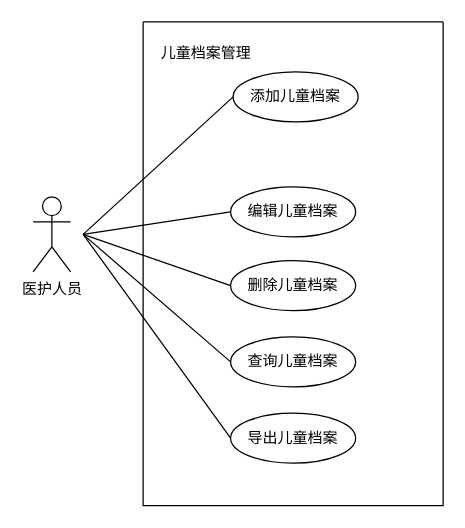
Before: 儿童档案管理用例图.drawio in 1940403482/1940403482.GitHub.io, a draw.io diagram. Source tidied: cells renumbered, new cells numbered last; positions are measured from the earlier drawing's top-left corner, leaving out a move shared by most shapes. Both pictures are drawn from the tidied source at 125%, with x=0, y=0 at pixel (32, 21).
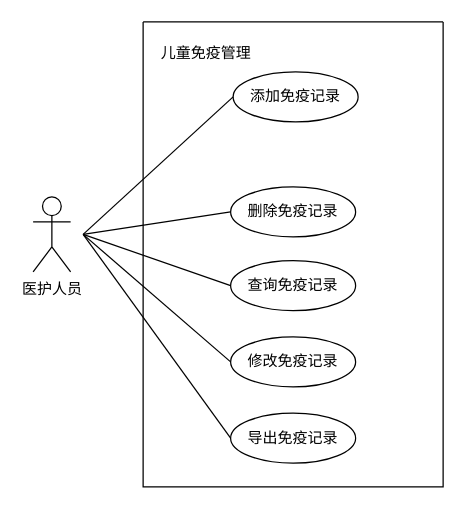
The same page after the edit.

Commit message:
更新儿童档案管理用例图.drawio

The edit, as a diff of the source:
```diff
@@
 <mxGraphModel>
   <root>
     <mxCell id="0" />
     <mxCell id="1" parent="0" />
     <mxCell id="2" value="医护人员" style="shape=umlActor;verticalLabelPosition=bottom;verticalAlign=top;html=1;" parent="1" vertex="1">
       <mxGeometry y="140" width="30" height="60" as="geometry" />
     </mxCell>
-    <mxCell id="3" value="添加儿童档案" style="ellipse;whiteSpace=wrap;html=1;" parent="1" vertex="1">
+    <mxCell id="3" value="&lt;p class=&quot;MsoNormal&quot;&gt;添加免疫记录&lt;/p&gt;" style="ellipse;whiteSpace=wrap;html=1;" parent="1" vertex="1">
       <mxGeometry x="160" y="40" width="100" height="40" as="geometry" />
     </mxCell>
     <mxCell id="4" style="endArrow=none;html=1;rounded=0;entryX=0;entryY=0.5;entryDx=0;entryDy=0;" parent="1" edge="1" target="3">
       <mxGeometry relative="1" as="geometry">
         <mxPoint x="40" y="170" as="sourcePoint" />
       </mxGeometry>
     </mxCell>
     <mxCell id="5" style="endArrow=none;html=1;rounded=0;entryX=0;entryY=0.5;entryDx=0;entryDy=0;" parent="1" edge="1" target="11">
       <mxGeometry relative="1" as="geometry">
         <mxPoint x="40" y="170" as="sourcePoint" />
       </mxGeometry>
     </mxCell>
     <mxCell id="6" style="endArrow=none;html=1;rounded=0;entryX=0;entryY=0.5;entryDx=0;entryDy=0;" parent="1" edge="1" target="12">
       <mxGeometry relative="1" as="geometry">
         <mxPoint x="40" y="170" as="sourcePoint" />
       </mxGeometry>
     </mxCell>
     <mxCell id="7" style="endArrow=none;html=1;rounded=0;entryX=0;entryY=0.5;entryDx=0;entryDy=0;" parent="1" edge="1" target="13">
       <mxGeometry relative="1" as="geometry">
         <mxPoint x="40" y="170" as="sourcePoint" />
       </mxGeometry>
     </mxCell>
     <mxCell id="8" style="endArrow=none;html=1;rounded=0;entryX=0;entryY=0.5;entryDx=0;entryDy=0;" parent="1" edge="1" target="14">
       <mxGeometry relative="1" as="geometry">
         <mxPoint x="40" y="170" as="sourcePoint" />
       </mxGeometry>
     </mxCell>
     <mxCell id="9" style="swimlane;startSize=0;" parent="1" vertex="1">
-      <mxGeometry x="88" width="240" height="387" as="geometry" />
+      <mxGeometry x="88" width="240" height="372" as="geometry" />
     </mxCell>
-    <mxCell id="10" value="儿童档案管理" style="text;html=1;align=center;verticalAlign=middle;strokeColor=none;fillColor=none;" parent="9" vertex="1">
-      <mxGeometry y="10" width="100" height="30" as="geometry" />
+    <mxCell id="10" value="儿童免疫管理" style="text;html=1;align=center;verticalAlign=middle;strokeColor=none;fillColor=none;" parent="9" vertex="1">
+      <mxGeometry x="5" y="12" width="90" height="26" as="geometry" />
     </mxCell>
-    <mxCell id="11" value="编辑儿童档案" style="ellipse;whiteSpace=wrap;html=1;" parent="9" vertex="1">
+    <mxCell id="11" value="&lt;p class=&quot;MsoNormal&quot;&gt;删除免疫记录&lt;/p&gt;" style="ellipse;whiteSpace=wrap;html=1;" parent="9" vertex="1">
       <mxGeometry x="70" y="132" width="100" height="40" as="geometry" />
     </mxCell>
-    <mxCell id="12" value="删除儿童档案" style="ellipse;whiteSpace=wrap;html=1;" parent="9" vertex="1">
+    <mxCell id="12" value="&lt;p class=&quot;MsoNormal&quot;&gt;查询免疫记录&lt;/p&gt;" style="ellipse;whiteSpace=wrap;html=1;" parent="9" vertex="1">
       <mxGeometry x="70" y="191" width="100" height="40" as="geometry" />
     </mxCell>
-    <mxCell id="13" value="查询儿童档案" style="ellipse;whiteSpace=wrap;html=1;" parent="9" vertex="1">
+    <mxCell id="13" value="&lt;p class=&quot;MsoNormal&quot;&gt;修改免疫记录&lt;/p&gt;" style="ellipse;whiteSpace=wrap;html=1;" parent="9" vertex="1">
       <mxGeometry x="70" y="252" width="100" height="40" as="geometry" />
     </mxCell>
-    <mxCell id="14" value="导出儿童档案" style="ellipse;whiteSpace=wrap;html=1;" parent="9" vertex="1">
+    <mxCell id="14" value="导出免疫记录" style="ellipse;whiteSpace=wrap;html=1;" parent="9" vertex="1">
       <mxGeometry x="70" y="313" width="100" height="40" as="geometry" />
     </mxCell>
   </root>
 </mxGraphModel>
```
